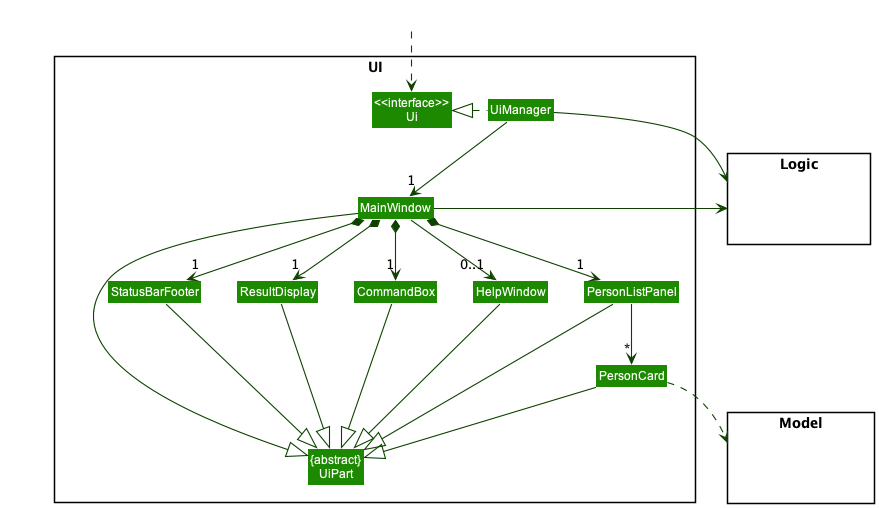
nus-cs2103-AY2223S1/tp keeps this PlantUML diagram as docs/images/UiClassDiagram.png. Above is the earlier version.
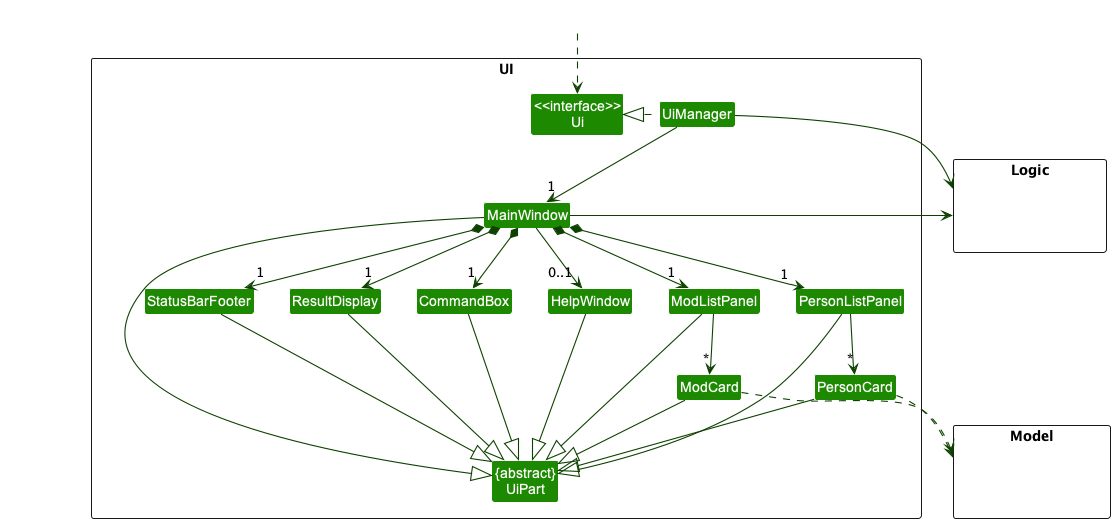
After the change.

Diff of the diagram source:
```diff
@@ -13,6 +13,8 @@
 Class ResultDisplay
 Class PersonListPanel
 Class PersonCard
+Class ModListPanel
+Class ModCard
 Class StatusBarFooter
 Class CommandBox
 }
@@ -33,25 +35,31 @@
 MainWindow *-down->  "1" CommandBox
 MainWindow *-down-> "1" ResultDisplay
 MainWindow *-down-> "1" PersonListPanel
+MainWindow *-down-> "1" ModListPanel
 MainWindow *-down-> "1" StatusBarFooter
 MainWindow --> "0..1" HelpWindow
 
 PersonListPanel -down-> "*" PersonCard
+ModListPanel -down-> "*" ModCard
 
 MainWindow -left-|> UiPart
 
 ResultDisplay --|> UiPart
 CommandBox --|> UiPart
 PersonListPanel --|> UiPart
+ModListPanel --|> UiPart
 PersonCard --|> UiPart
+ModCard --|> UiPart
 StatusBarFooter --|> UiPart
 HelpWindow --|> UiPart
 
 PersonCard ..> Model
+ModCard ..> Model
 UiManager -right-> Logic
 MainWindow -left-> Logic
 
 PersonListPanel -[hidden]left- HelpWindow
+ModListPanel -[hidden]left- HelpWindow
 HelpWindow -[hidden]left- CommandBox
 CommandBox -[hidden]left- ResultDisplay
 ResultDisplay -[hidden]left- StatusBarFooter
```
